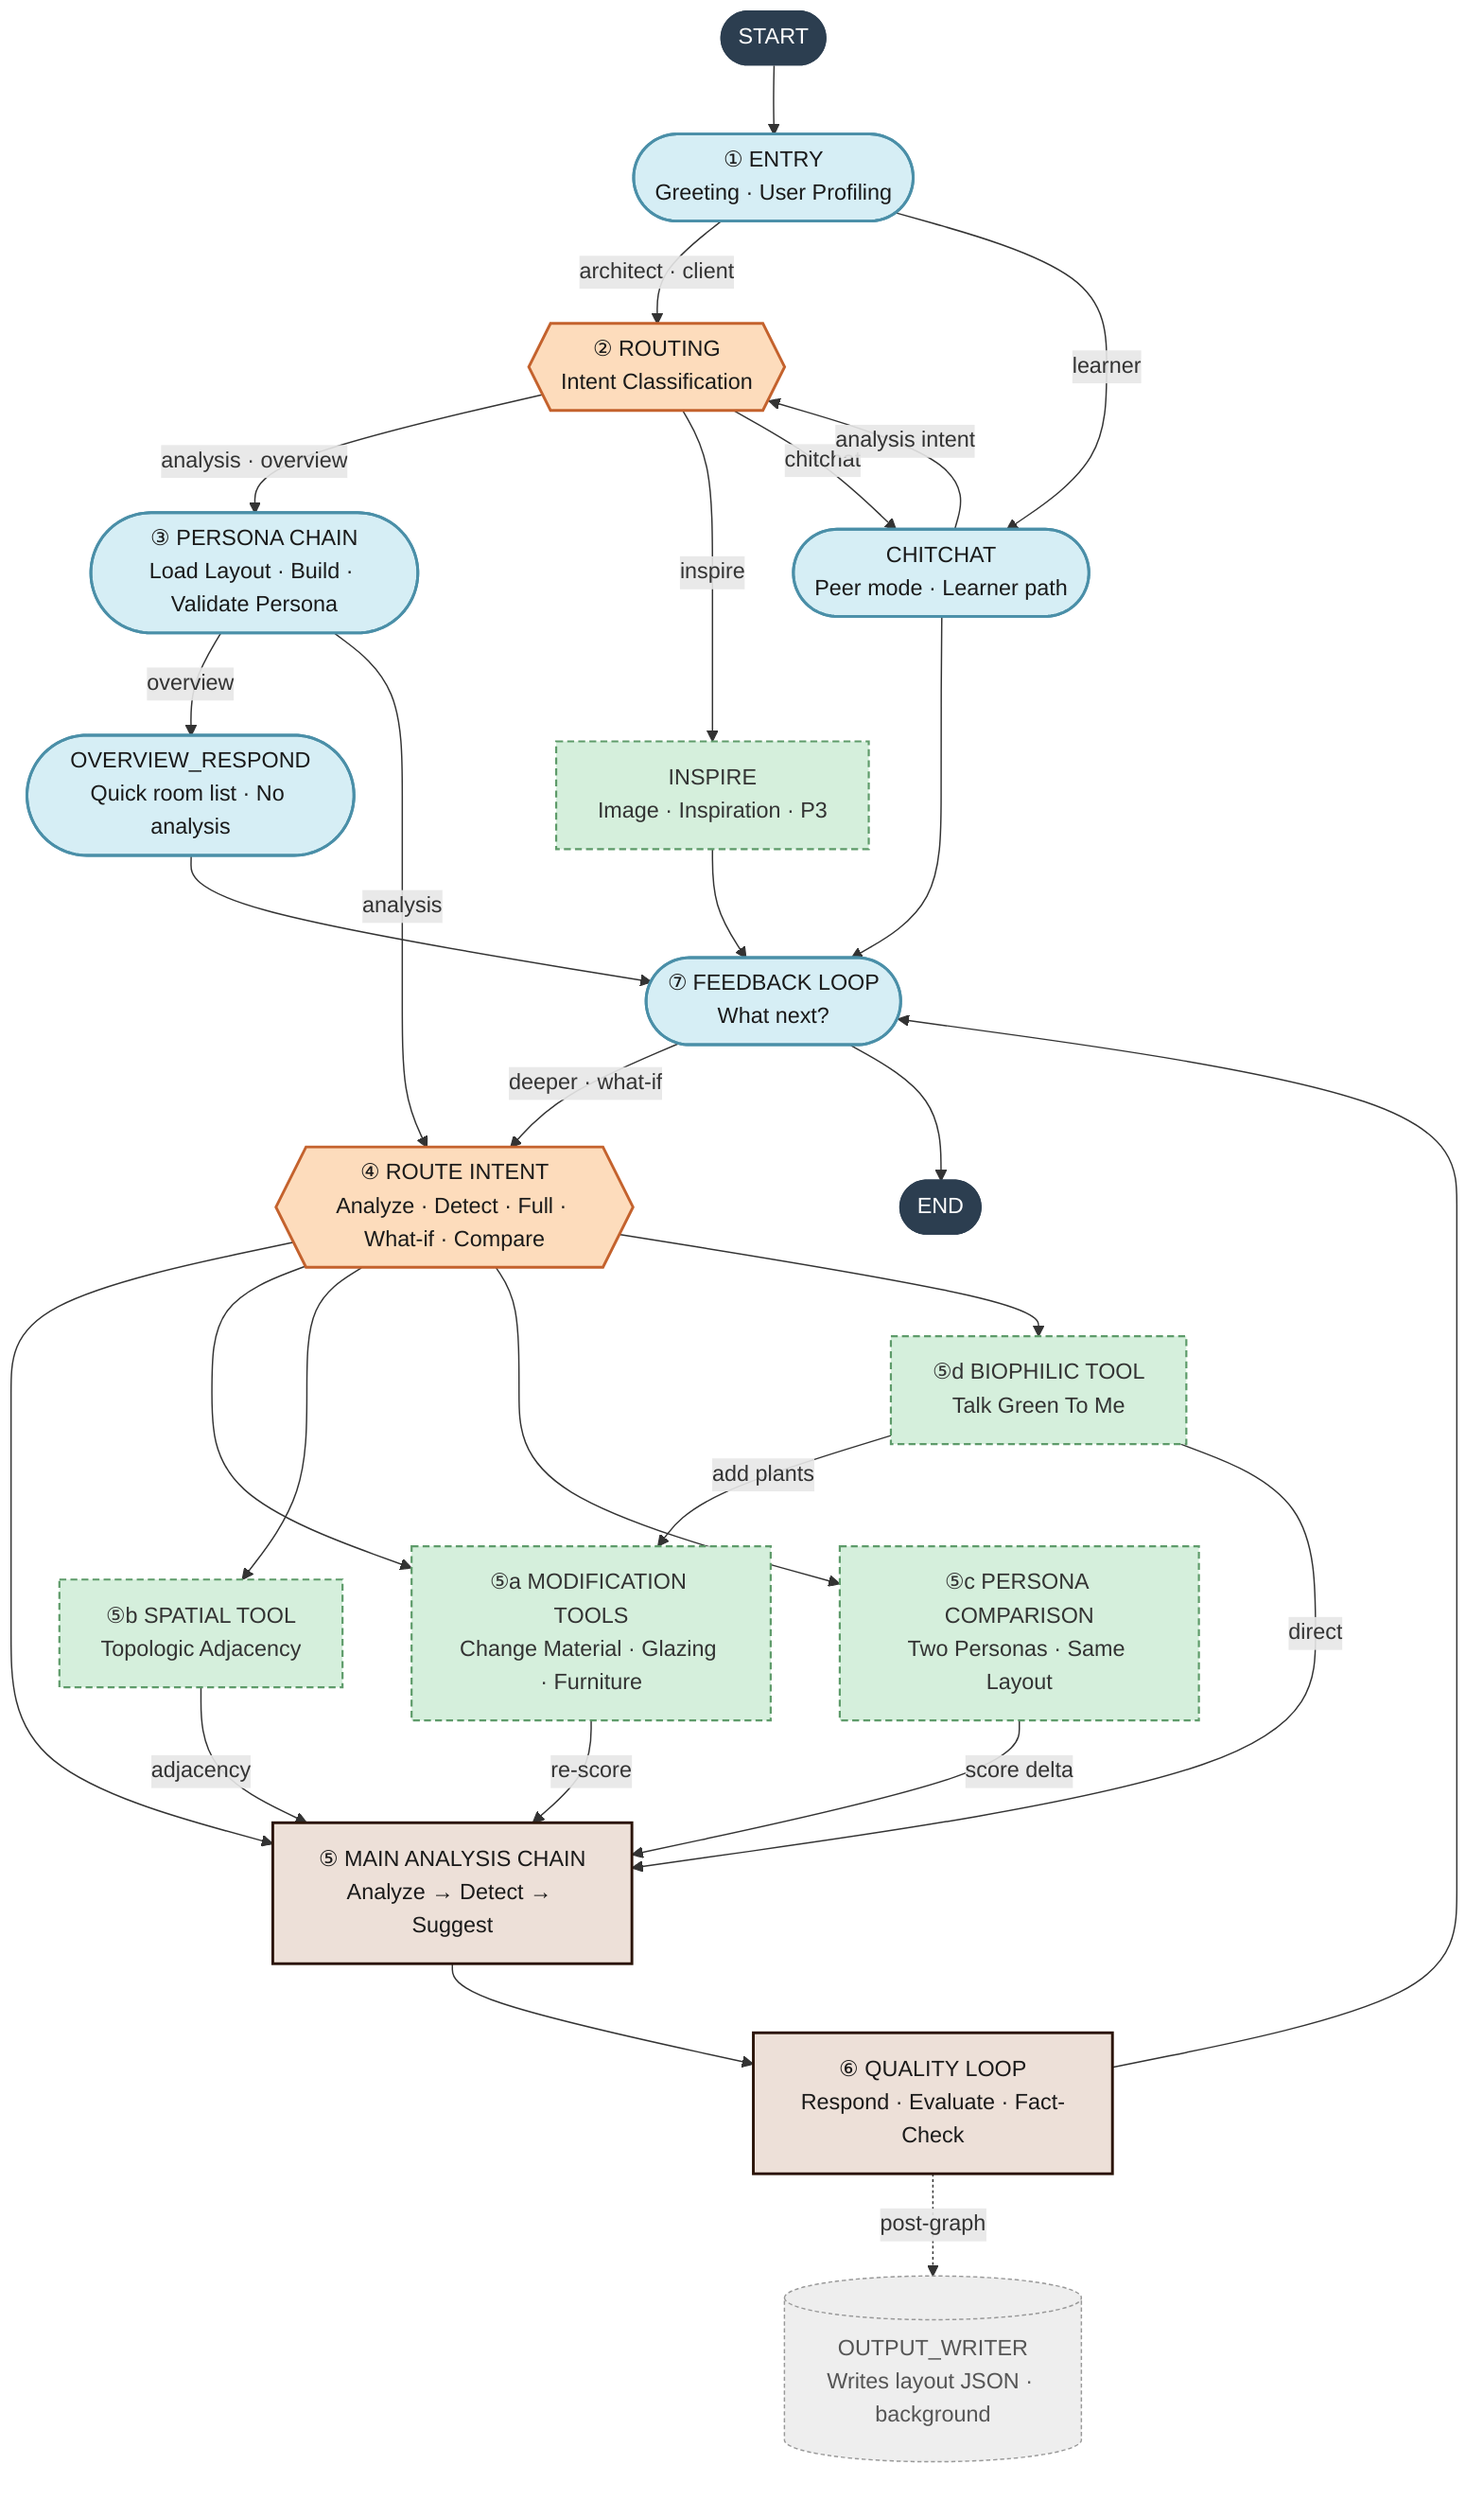
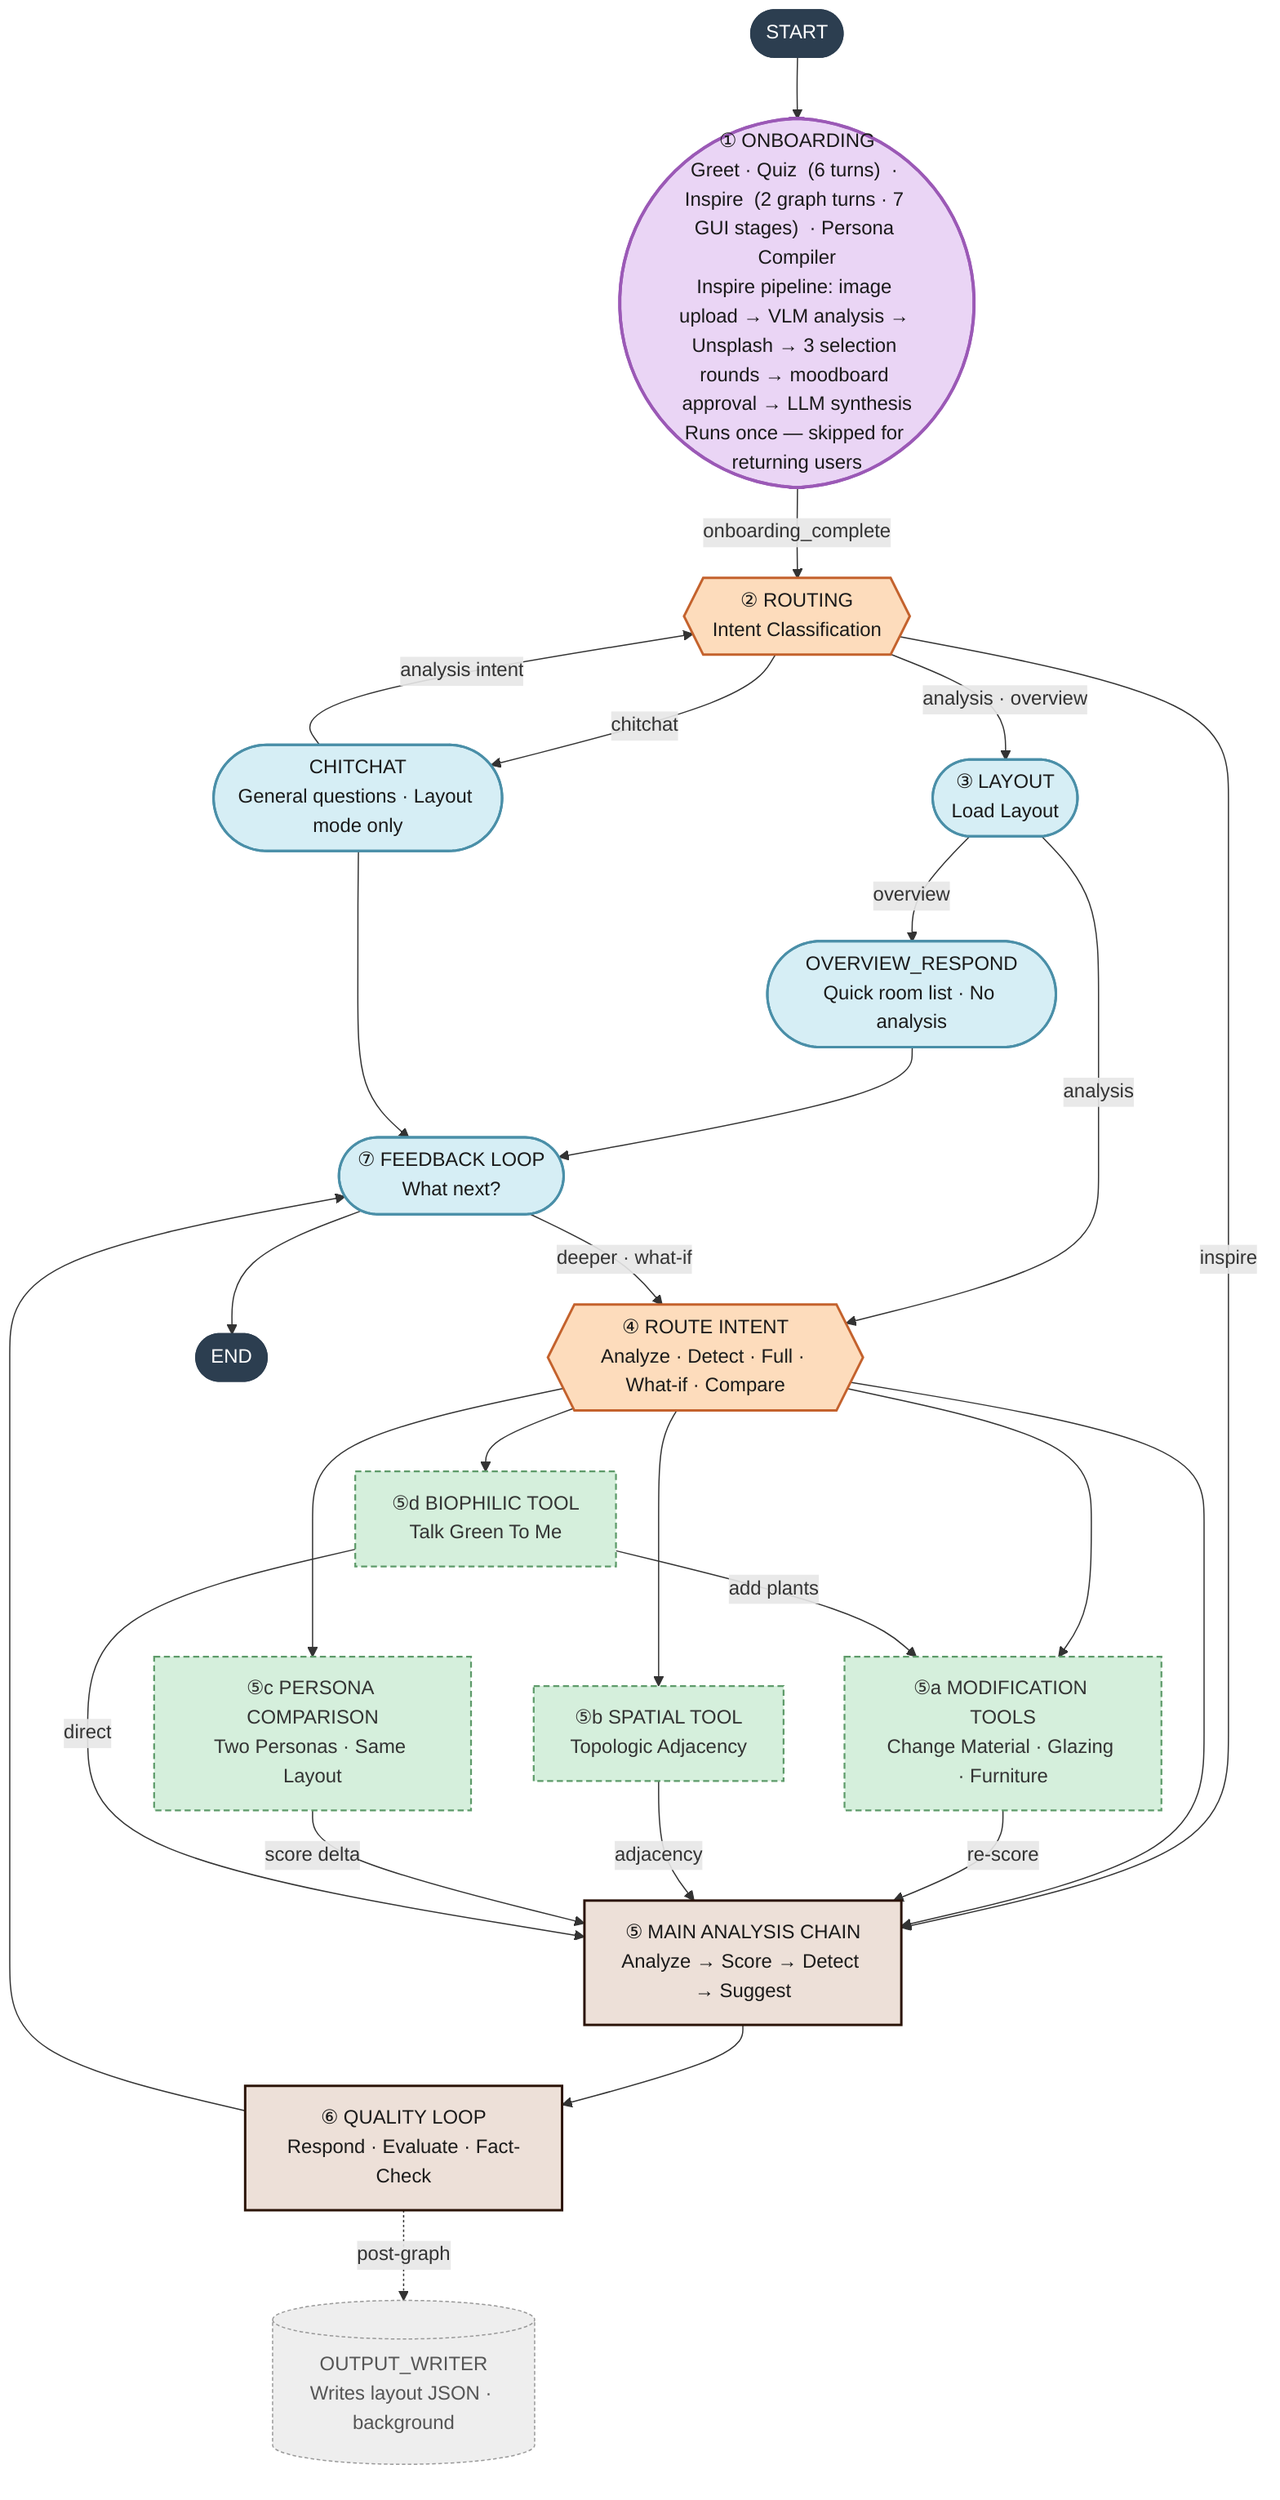
---
config:
  flowchart:
    curve: basis
---
flowchart TB

    %% ── NODE TYPE STYLES ────────────────────────────────────────────────
-     %% Shape key:
-     %%   Conversation  → pill / stadium   (["text"])
-     %%   Decision      → hexagon          {{"text"}}
-     %%   Processing    → rectangle        ["text"]
-     %%   Tool modules  → dashed rectangle ["text"] + stroke-dasharray
-     %%   Background    → cylinder         [("text")] + dashed
- 
    classDef terminal  fill:#2C3E50,stroke:#2C3E50,color:#fff
+     classDef onboard   fill:#EAD5F5,stroke:#9B59B6,stroke-width:2.5px,color:#1a1a1a
    classDef convo     fill:#D6EEF5,stroke:#4A8FA8,stroke-width:2px,color:#1a1a1a
    classDef decision  fill:#FDDCBC,stroke:#C4622D,stroke-width:2px,color:#1a1a1a
    classDef process   fill:#EDE0D8,stroke:#2B1408,stroke-width:2px,color:#1a1a1a
    classDef tool      fill:#D5EFDC,stroke:#5E9B6A,stroke-width:1.5px,stroke-dasharray:5 3,color:#333
    classDef bg        fill:#EEEEEE,stroke:#999999,stroke-width:1px,stroke-dasharray:3 2,color:#555

    START([START]):::terminal

-     %% ── MAIN SPINE ──────────────────────────────────────────────────────
-     G1(["① ENTRY\nGreeting · User Profiling"]):::convo
+     %% ── ONBOARDING SPINE ────────────────────────────────────────────────
+     G0(["① ONBOARDING\nGreet · Quiz  (6 turns)  · Inspire  (2 graph turns · 7 GUI stages)  · Persona Compiler\nInspire pipeline: image upload → VLM analysis → Unsplash → 3 selection rounds → moodboard approval → LLM synthesis\nRuns once — skipped for returning users"]):::onboard
+ 
+     %% ── LAYOUT MODE SPINE ───────────────────────────────────────────────
    G2{{"② ROUTING\nIntent Classification"}}:::decision
-     G3(["③ PERSONA CHAIN\nLoad Layout · Build · Validate Persona"]):::convo
+     G3(["③ LAYOUT\nLoad Layout"]):::convo
    G4{{"④ ROUTE INTENT\nAnalyze · Detect · Full · What-if · Compare"}}:::decision
-     G5["⑤ MAIN ANALYSIS CHAIN\nAnalyze → Detect → Suggest"]:::process
+     G5["⑤ MAIN ANALYSIS CHAIN\nAnalyze → Score → Detect → Suggest"]:::process
    G6["⑥ QUALITY LOOP\nRespond · Evaluate · Fact-Check"]:::process
    G7(["⑦ FEEDBACK LOOP\nWhat next?"]):::convo
    END_F([END]):::terminal

    %% ── SIDE NODES ──────────────────────────────────────────────────────
-     CHITCHAT(["CHITCHAT\nPeer mode · Learner path"]):::convo
-     INSPIRE["INSPIRE\nImage · Inspiration · P3"]:::tool
+     CHITCHAT(["CHITCHAT\nGeneral questions · Layout mode only"]):::convo
    OVERVIEW(["OVERVIEW_RESPOND\nQuick room list · No analysis"]):::convo
    OUTPUT[("OUTPUT_WRITER\nWrites layout JSON · background")]:::bg

    %% ── TOOL BRANCHES ───────────────────────────────────────────────────
    G5a["⑤a MODIFICATION TOOLS\nChange Material · Glazing · Furniture"]:::tool
    G5b["⑤b SPATIAL TOOL\nTopologic Adjacency"]:::tool
    G5c["⑤c PERSONA COMPARISON\nTwo Personas · Same Layout"]:::tool
    G5d["⑤d BIOPHILIC TOOL\nTalk Green To Me"]:::tool

-     %% ── MAIN SPINE FLOW ─────────────────────────────────────────────────
-     START --> G1
-     G1 -->|architect · client| G2
-     G1 -->|learner| CHITCHAT
-     G2 -->|analysis · overview| G3
-     G2 -->|inspire| INSPIRE
-     G2 -->|chitchat| CHITCHAT
-     G3 -->|overview| OVERVIEW
-     G3 -->|analysis| G4
+     %% ── MAIN FLOW ───────────────────────────────────────────────────────
+     START --> G0
+     G0 -->|"onboarding_complete"| G2
+     G2 -->|"analysis · overview"| G3
+     G2 -->|"inspire"| G5
+     G2 -->|"chitchat"| CHITCHAT
+     G3 -->|"overview"| OVERVIEW --> G7
+     G3 -->|"analysis"| G4
    G4 --> G5
    G5 --> G6
    G6 --> G7
-     G7 -->|deeper · what-if| G4
+     G7 -->|"deeper · what-if"| G4
    G7 --> END_F

    %% ── SIDE FLOWS ──────────────────────────────────────────────────────
-     CHITCHAT -->|analysis intent| G2
+     CHITCHAT -->|"analysis intent"| G2
    CHITCHAT --> G7
-     INSPIRE --> G7
-     OVERVIEW --> G7
-     G6 -.->|post-graph| OUTPUT
+     G6 -.->|"post-graph"| OUTPUT

    %% ── TOOL BRANCHES ───────────────────────────────────────────────────
    G4 --> G5a & G5b & G5c & G5d
-     G5a -->|re-score| G5
-     G5b -->|adjacency| G5
-     G5c -->|score delta| G5
-     G5d -->|add plants| G5a
-     G5d -->|direct| G5
+     G5a -->|"re-score"| G5
+     G5b -->|"adjacency"| G5
+     G5c -->|"score delta"| G5
+     G5d -->|"add plants"| G5a
+     G5d -->|"direct"| G5
